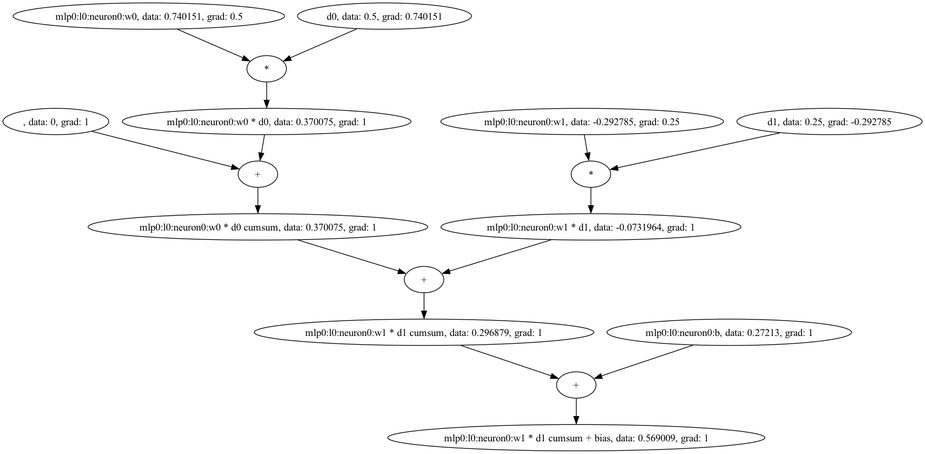
Above: graphs/graphMLP.png in jeffreywolberg/microgradCpp (Graphviz), before the change. Its source is kept beside it as graphs/graphMLP.dot. The source it was exported from:
```dot
digraph DAG {
    ", data: 0, grad: 1";
    "mlp0:l0:neuron0:w0, data: 0.740151, grad: 0.5";
    "d0, data: 0.5, grad: 0.740151";
    "mlp0:l0:neuron0:w0 * d0, data: 0.370075, grad: 1";
    "mlp0:l0:neuron0:w0 * d0:*" [label="*"];
    "mlp0:l0:neuron0:w0 * d0 cumsum, data: 0.370075, grad: 1";
    "mlp0:l0:neuron0:w0 * d0 cumsum:+" [label="+"];
    "mlp0:l0:neuron0:w1, data: -0.292785, grad: 0.25";
    "d1, data: 0.25, grad: -0.292785";
    "mlp0:l0:neuron0:w1 * d1, data: -0.0731964, grad: 1";
    "mlp0:l0:neuron0:w1 * d1:*" [label="*"];
    "mlp0:l0:neuron0:w1 * d1 cumsum, data: 0.296879, grad: 1";
    "mlp0:l0:neuron0:w1 * d1 cumsum:+" [label="+"];
    "mlp0:l0:neuron0:b, data: 0.27213, grad: 1";
    "mlp0:l0:neuron0:w1 * d1 cumsum + bias, data: 0.569009, grad: 1";
    "mlp0:l0:neuron0:w1 * d1 cumsum + bias:+" [label="+"];

    ", data: 0, grad: 1" -> "mlp0:l0:neuron0:w0 * d0 cumsum:+";
    "mlp0:l0:neuron0:w0, data: 0.740151, grad: 0.5" -> "mlp0:l0:neuron0:w0 * d0:*";
    "d0, data: 0.5, grad: 0.740151" -> "mlp0:l0:neuron0:w0 * d0:*";
    "mlp0:l0:neuron0:w0 * d0:*" -> "mlp0:l0:neuron0:w0 * d0, data: 0.370075, grad: 1";
    "mlp0:l0:neuron0:w0 * d0, data: 0.370075, grad: 1" -> "mlp0:l0:neuron0:w0 * d0 cumsum:+";
    "mlp0:l0:neuron0:w0 * d0 cumsum:+" -> "mlp0:l0:neuron0:w0 * d0 cumsum, data: 0.370075, grad: 1";
    "mlp0:l0:neuron0:w0 * d0 cumsum, data: 0.370075, grad: 1" -> "mlp0:l0:neuron0:w1 * d1 cumsum:+";
    "mlp0:l0:neuron0:w1, data: -0.292785, grad: 0.25" -> "mlp0:l0:neuron0:w1 * d1:*";
    "d1, data: 0.25, grad: -0.292785" -> "mlp0:l0:neuron0:w1 * d1:*";
    "mlp0:l0:neuron0:w1 * d1:*" -> "mlp0:l0:neuron0:w1 * d1, data: -0.0731964, grad: 1";
    "mlp0:l0:neuron0:w1 * d1, data: -0.0731964, grad: 1" -> "mlp0:l0:neuron0:w1 * d1 cumsum:+";
    "mlp0:l0:neuron0:w1 * d1 cumsum:+" -> "mlp0:l0:neuron0:w1 * d1 cumsum, data: 0.296879, grad: 1";
    "mlp0:l0:neuron0:w1 * d1 cumsum, data: 0.296879, grad: 1" -> "mlp0:l0:neuron0:w1 * d1 cumsum + bias:+";
    "mlp0:l0:neuron0:b, data: 0.27213, grad: 1" -> "mlp0:l0:neuron0:w1 * d1 cumsum + bias:+";
    "mlp0:l0:neuron0:w1 * d1 cumsum + bias:+" -> "mlp0:l0:neuron0:w1 * d1 cumsum + bias, data: 0.569009, grad: 1";
}
```
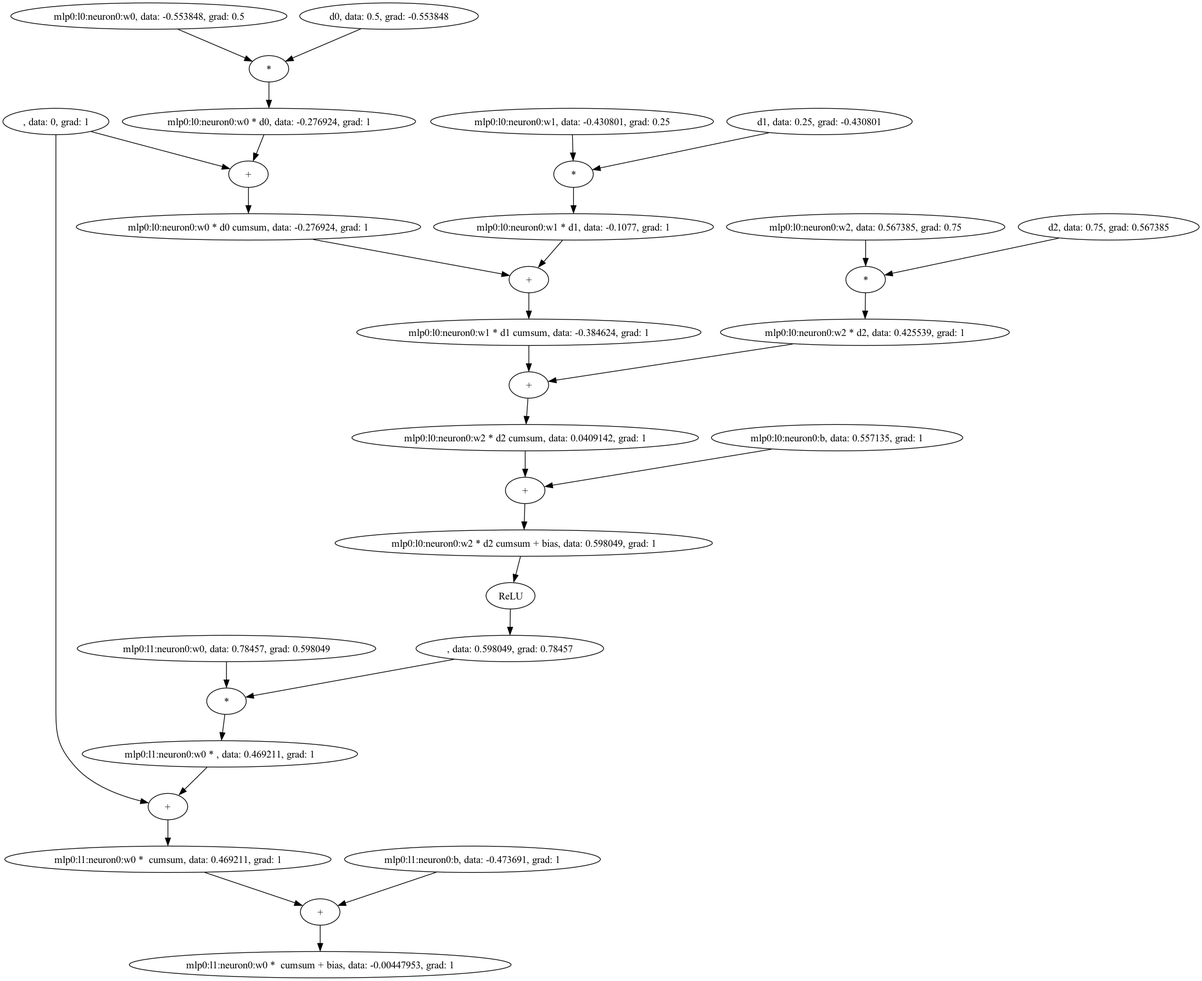
Above is the later version.

Change to the diagram source:
```diff
@@ -1,34 +1,68 @@
 digraph DAG {
     ", data: 0, grad: 1";
-    "mlp0:l0:neuron0:w0, data: 0.740151, grad: 0.5";
-    "d0, data: 0.5, grad: 0.740151";
-    "mlp0:l0:neuron0:w0 * d0, data: 0.370075, grad: 1";
+    "mlp0:l1:neuron0:w0, data: 0.78457, grad: 0.598049";
+    ", data: 0, grad: 1";
+    "mlp0:l0:neuron0:w0, data: -0.553848, grad: 0.5";
+    "d0, data: 0.5, grad: -0.553848";
+    "mlp0:l0:neuron0:w0 * d0, data: -0.276924, grad: 1";
     "mlp0:l0:neuron0:w0 * d0:*" [label="*"];
-    "mlp0:l0:neuron0:w0 * d0 cumsum, data: 0.370075, grad: 1";
+    "mlp0:l0:neuron0:w0 * d0 cumsum, data: -0.276924, grad: 1";
     "mlp0:l0:neuron0:w0 * d0 cumsum:+" [label="+"];
-    "mlp0:l0:neuron0:w1, data: -0.292785, grad: 0.25";
-    "d1, data: 0.25, grad: -0.292785";
-    "mlp0:l0:neuron0:w1 * d1, data: -0.0731964, grad: 1";
+    "mlp0:l0:neuron0:w1, data: -0.430801, grad: 0.25";
+    "d1, data: 0.25, grad: -0.430801";
+    "mlp0:l0:neuron0:w1 * d1, data: -0.1077, grad: 1";
     "mlp0:l0:neuron0:w1 * d1:*" [label="*"];
-    "mlp0:l0:neuron0:w1 * d1 cumsum, data: 0.296879, grad: 1";
+    "mlp0:l0:neuron0:w1 * d1 cumsum, data: -0.384624, grad: 1";
     "mlp0:l0:neuron0:w1 * d1 cumsum:+" [label="+"];
-    "mlp0:l0:neuron0:b, data: 0.27213, grad: 1";
-    "mlp0:l0:neuron0:w1 * d1 cumsum + bias, data: 0.569009, grad: 1";
-    "mlp0:l0:neuron0:w1 * d1 cumsum + bias:+" [label="+"];
+    "mlp0:l0:neuron0:w2, data: 0.567385, grad: 0.75";
+    "d2, data: 0.75, grad: 0.567385";
+    "mlp0:l0:neuron0:w2 * d2, data: 0.425539, grad: 1";
+    "mlp0:l0:neuron0:w2 * d2:*" [label="*"];
+    "mlp0:l0:neuron0:w2 * d2 cumsum, data: 0.0409142, grad: 1";
+    "mlp0:l0:neuron0:w2 * d2 cumsum:+" [label="+"];
+    "mlp0:l0:neuron0:b, data: 0.557135, grad: 1";
+    "mlp0:l0:neuron0:w2 * d2 cumsum + bias, data: 0.598049, grad: 1";
+    "mlp0:l0:neuron0:w2 * d2 cumsum + bias:+" [label="+"];
+    ", data: 0.598049, grad: 0.78457";
+    ":ReLU" [label="ReLU"];
+    "mlp0:l1:neuron0:w0 * , data: 0.469211, grad: 1";
+    "mlp0:l1:neuron0:w0 * :*" [label="*"];
+    "mlp0:l1:neuron0:w0 *  cumsum, data: 0.469211, grad: 1";
+    "mlp0:l1:neuron0:w0 *  cumsum:+" [label="+"];
+    "mlp0:l1:neuron0:b, data: -0.473691, grad: 1";
+    "mlp0:l1:neuron0:w0 *  cumsum + bias, data: -0.00447953, grad: 1";
+    "mlp0:l1:neuron0:w0 *  cumsum + bias:+" [label="+"];
 
+    ", data: 0, grad: 1" -> "mlp0:l1:neuron0:w0 *  cumsum:+";
+    "mlp0:l1:neuron0:w0, data: 0.78457, grad: 0.598049" -> "mlp0:l1:neuron0:w0 * :*";
     ", data: 0, grad: 1" -> "mlp0:l0:neuron0:w0 * d0 cumsum:+";
-    "mlp0:l0:neuron0:w0, data: 0.740151, grad: 0.5" -> "mlp0:l0:neuron0:w0 * d0:*";
-    "d0, data: 0.5, grad: 0.740151" -> "mlp0:l0:neuron0:w0 * d0:*";
-    "mlp0:l0:neuron0:w0 * d0:*" -> "mlp0:l0:neuron0:w0 * d0, data: 0.370075, grad: 1";
-    "mlp0:l0:neuron0:w0 * d0, data: 0.370075, grad: 1" -> "mlp0:l0:neuron0:w0 * d0 cumsum:+";
-    "mlp0:l0:neuron0:w0 * d0 cumsum:+" -> "mlp0:l0:neuron0:w0 * d0 cumsum, data: 0.370075, grad: 1";
-    "mlp0:l0:neuron0:w0 * d0 cumsum, data: 0.370075, grad: 1" -> "mlp0:l0:neuron0:w1 * d1 cumsum:+";
-    "mlp0:l0:neuron0:w1, data: -0.292785, grad: 0.25" -> "mlp0:l0:neuron0:w1 * d1:*";
-    "d1, data: 0.25, grad: -0.292785" -> "mlp0:l0:neuron0:w1 * d1:*";
-    "mlp0:l0:neuron0:w1 * d1:*" -> "mlp0:l0:neuron0:w1 * d1, data: -0.0731964, grad: 1";
-    "mlp0:l0:neuron0:w1 * d1, data: -0.0731964, grad: 1" -> "mlp0:l0:neuron0:w1 * d1 cumsum:+";
-    "mlp0:l0:neuron0:w1 * d1 cumsum:+" -> "mlp0:l0:neuron0:w1 * d1 cumsum, data: 0.296879, grad: 1";
-    "mlp0:l0:neuron0:w1 * d1 cumsum, data: 0.296879, grad: 1" -> "mlp0:l0:neuron0:w1 * d1 cumsum + bias:+";
-    "mlp0:l0:neuron0:b, data: 0.27213, grad: 1" -> "mlp0:l0:neuron0:w1 * d1 cumsum + bias:+";
-    "mlp0:l0:neuron0:w1 * d1 cumsum + bias:+" -> "mlp0:l0:neuron0:w1 * d1 cumsum + bias, data: 0.569009, grad: 1";
+    "mlp0:l0:neuron0:w0, data: -0.553848, grad: 0.5" -> "mlp0:l0:neuron0:w0 * d0:*";
+    "d0, data: 0.5, grad: -0.553848" -> "mlp0:l0:neuron0:w0 * d0:*";
+    "mlp0:l0:neuron0:w0 * d0:*" -> "mlp0:l0:neuron0:w0 * d0, data: -0.276924, grad: 1";
+    "mlp0:l0:neuron0:w0 * d0, data: -0.276924, grad: 1" -> "mlp0:l0:neuron0:w0 * d0 cumsum:+";
+    "mlp0:l0:neuron0:w0 * d0 cumsum:+" -> "mlp0:l0:neuron0:w0 * d0 cumsum, data: -0.276924, grad: 1";
+    "mlp0:l0:neuron0:w0 * d0 cumsum, data: -0.276924, grad: 1" -> "mlp0:l0:neuron0:w1 * d1 cumsum:+";
+    "mlp0:l0:neuron0:w1, data: -0.430801, grad: 0.25" -> "mlp0:l0:neuron0:w1 * d1:*";
+    "d1, data: 0.25, grad: -0.430801" -> "mlp0:l0:neuron0:w1 * d1:*";
+    "mlp0:l0:neuron0:w1 * d1:*" -> "mlp0:l0:neuron0:w1 * d1, data: -0.1077, grad: 1";
+    "mlp0:l0:neuron0:w1 * d1, data: -0.1077, grad: 1" -> "mlp0:l0:neuron0:w1 * d1 cumsum:+";
+    "mlp0:l0:neuron0:w1 * d1 cumsum:+" -> "mlp0:l0:neuron0:w1 * d1 cumsum, data: -0.384624, grad: 1";
+    "mlp0:l0:neuron0:w1 * d1 cumsum, data: -0.384624, grad: 1" -> "mlp0:l0:neuron0:w2 * d2 cumsum:+";
+    "mlp0:l0:neuron0:w2, data: 0.567385, grad: 0.75" -> "mlp0:l0:neuron0:w2 * d2:*";
+    "d2, data: 0.75, grad: 0.567385" -> "mlp0:l0:neuron0:w2 * d2:*";
+    "mlp0:l0:neuron0:w2 * d2:*" -> "mlp0:l0:neuron0:w2 * d2, data: 0.425539, grad: 1";
+    "mlp0:l0:neuron0:w2 * d2, data: 0.425539, grad: 1" -> "mlp0:l0:neuron0:w2 * d2 cumsum:+";
+    "mlp0:l0:neuron0:w2 * d2 cumsum:+" -> "mlp0:l0:neuron0:w2 * d2 cumsum, data: 0.0409142, grad: 1";
+    "mlp0:l0:neuron0:w2 * d2 cumsum, data: 0.0409142, grad: 1" -> "mlp0:l0:neuron0:w2 * d2 cumsum + bias:+";
+    "mlp0:l0:neuron0:b, data: 0.557135, grad: 1" -> "mlp0:l0:neuron0:w2 * d2 cumsum + bias:+";
+    "mlp0:l0:neuron0:w2 * d2 cumsum + bias:+" -> "mlp0:l0:neuron0:w2 * d2 cumsum + bias, data: 0.598049, grad: 1";
+    "mlp0:l0:neuron0:w2 * d2 cumsum + bias, data: 0.598049, grad: 1" -> ":ReLU";
+    ":ReLU" -> ", data: 0.598049, grad: 0.78457";
+    ", data: 0.598049, grad: 0.78457" -> "mlp0:l1:neuron0:w0 * :*";
+    "mlp0:l1:neuron0:w0 * :*" -> "mlp0:l1:neuron0:w0 * , data: 0.469211, grad: 1";
+    "mlp0:l1:neuron0:w0 * , data: 0.469211, grad: 1" -> "mlp0:l1:neuron0:w0 *  cumsum:+";
+    "mlp0:l1:neuron0:w0 *  cumsum:+" -> "mlp0:l1:neuron0:w0 *  cumsum, data: 0.469211, grad: 1";
+    "mlp0:l1:neuron0:w0 *  cumsum, data: 0.469211, grad: 1" -> "mlp0:l1:neuron0:w0 *  cumsum + bias:+";
+    "mlp0:l1:neuron0:b, data: -0.473691, grad: 1" -> "mlp0:l1:neuron0:w0 *  cumsum + bias:+";
+    "mlp0:l1:neuron0:w0 *  cumsum + bias:+" -> "mlp0:l1:neuron0:w0 *  cumsum + bias, data: -0.00447953, grad: 1";
 }
```
